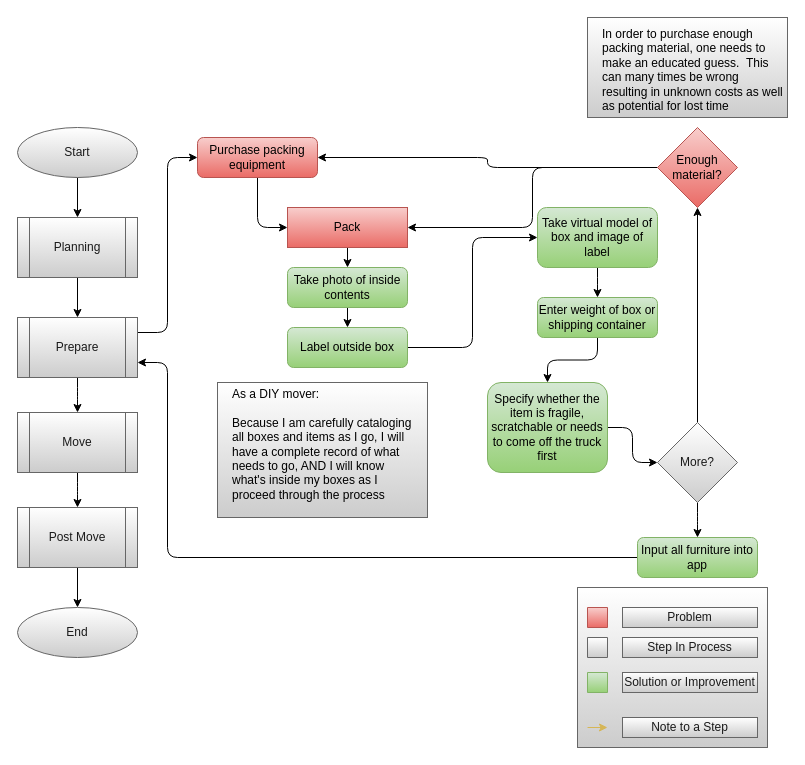
This is page "Prepare" (2 of 4) of Documents/flow_diagrams/Solution_Flow.drawio from LP-76/load.in, a draw.io file, before an edit. Source tidied: cells renumbered, new cells numbered last; positions are measured from the earlier drawing's top-left corner, leaving out a move shared by most shapes. Both pictures are drawn from the tidied source at 100%, with x=0, y=0 at pixel (17, 17).
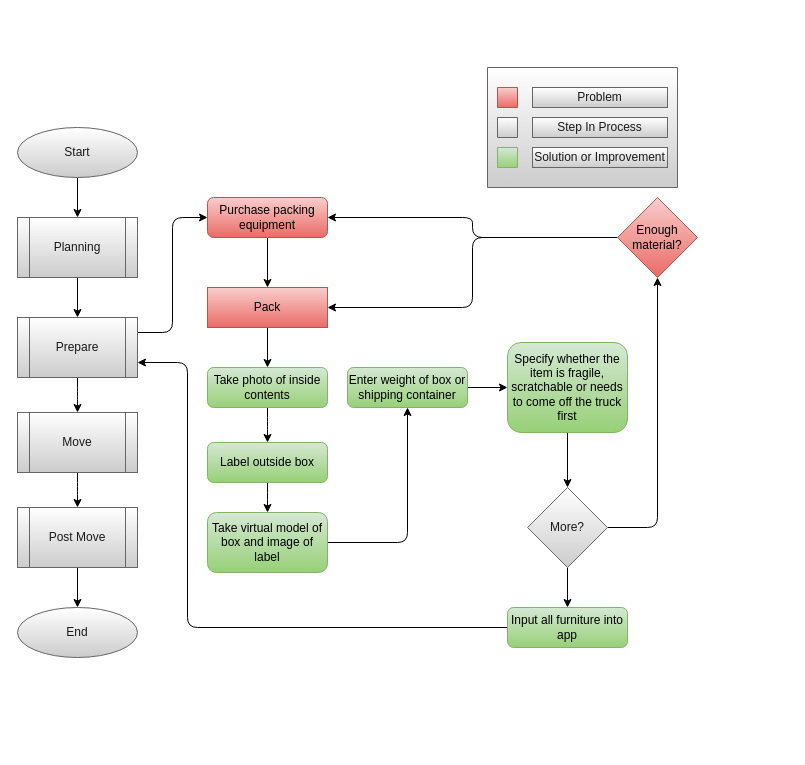
The same page after the edit.

The change refers to these unchanged cells:
```xml
<mxCell id="10" value="Prepare" style="shape=process;whiteSpace=wrap;html=1;backgroundOutline=1;fontColor=#1A1A1A;strokeColor=#666666;fillColor=#FFFFFF;gradientColor=#CCCCCC;" parent="1" vertex="1">
  <mxGeometry y="300" width="120" height="60" as="geometry" />
</mxCell>
```

The edit, as a diff of the source:
```diff
@@
-    <mxCell id="2" style="rounded=0;whiteSpace=wrap;html=1;strokeColor=#666666;fillColor=#FFFFFF;gradientColor=#CCCCCC;fontColor=#1A1A1A;" parent="1" vertex="1">
-      <mxGeometry x="200" y="365" width="210" height="135" as="geometry" />
-    </mxCell>
-    <mxCell id="3" style="rounded=0;whiteSpace=wrap;html=1;strokeColor=#666666;fillColor=#FFFFFF;gradientColor=#CCCCCC;fontColor=#1A1A1A;" parent="1" vertex="1">
-      <mxGeometry x="570" width="200" height="100" as="geometry" />
-    </mxCell>
@@
     <mxCell id="18" value="Enough material?" style="rhombus;whiteSpace=wrap;html=1;gradientColor=#ea6b66;fillColor=#f8cecc;strokeColor=#b85450;" parent="1" vertex="1">
-      <mxGeometry x="640" y="110" width="80" height="80" as="geometry" />
+      <mxGeometry x="600" y="180" width="80" height="80" as="geometry" />
     </mxCell>
-    <mxCell id="19" value="In order to purchase enough packing material, one needs to make an educated guess.&amp;nbsp; This can many times be wrong resulting in unknown costs as well as potential for lost time" style="text;html=1;strokeColor=none;fillColor=none;spacing=5;spacingTop=-20;whiteSpace=wrap;overflow=hidden;rounded=0;" parent="1" vertex="1">
-      <mxGeometry x="580" y="20" width="190" height="100" as="geometry" />
-    </mxCell>
-    <mxCell id="20" value="&lt;div&gt;As a DIY mover:&lt;/div&gt;&lt;div&gt;&lt;br&gt;&lt;/div&gt;&lt;div&gt;Because I am carefully cataloging all boxes and items as I go, I will have a complete record of what needs to go, AND I will know what's inside my boxes as I proceed through the process&lt;br&gt;&lt;/div&gt;" style="text;html=1;strokeColor=none;fillColor=none;spacing=5;spacingTop=-20;whiteSpace=wrap;overflow=hidden;rounded=0;" parent="1" vertex="1">
-      <mxGeometry x="210" y="380" width="190" height="130" as="geometry" />
-    </mxCell>
-    <mxCell id="21" style="edgeStyle=orthogonalEdgeStyle;curved=0;rounded=1;sketch=0;jettySize=auto;html=1;fontColor=#1A1A1A;entryX=0;entryY=0.5;entryDx=0;entryDy=0;" parent="1" edge="1" source="22" target="24">
+    <mxCell id="21" style="edgeStyle=orthogonalEdgeStyle;curved=0;rounded=1;sketch=0;jettySize=auto;html=1;fontColor=#1A1A1A;entryX=0.5;entryY=0;entryDx=0;entryDy=0;" parent="1" edge="1" source="22" target="24">
       <mxGeometry relative="1" as="geometry" />
     </mxCell>
     <mxCell id="22" value="Purchase packing equipment" style="rounded=1;whiteSpace=wrap;html=1;fontSize=12;glass=0;strokeWidth=1;shadow=0;gradientColor=#ea6b66;fillColor=#f8cecc;strokeColor=#b85450;" parent="1" vertex="1">
-      <mxGeometry x="180" y="120" width="120" height="40" as="geometry" />
+      <mxGeometry x="190" y="180" width="120" height="40" as="geometry" />
     </mxCell>
@@
     <mxCell id="24" value="Pack" style="whiteSpace=wrap;html=1;fontSize=12;strokeColor=#b85450;fillColor=#f8cecc;gradientColor=#ea6b66;" parent="1" vertex="1">
-      <mxGeometry x="270" y="190" width="120" height="40" as="geometry" />
+      <mxGeometry x="190" y="270" width="120" height="40" as="geometry" />
     </mxCell>
@@
     <mxCell id="26" value="Take photo of inside contents" style="rounded=1;whiteSpace=wrap;html=1;fontSize=12;glass=0;strokeWidth=1;shadow=0;gradientColor=#97d077;fillColor=#d5e8d4;strokeColor=#82b366;" parent="1" vertex="1">
-      <mxGeometry x="270" y="250" width="120" height="40" as="geometry" />
+      <mxGeometry x="190" y="350" width="120" height="40" as="geometry" />
     </mxCell>
-    <mxCell id="27" style="edgeStyle=orthogonalEdgeStyle;curved=0;rounded=1;sketch=0;jettySize=auto;html=1;entryX=0;entryY=0.5;entryDx=0;entryDy=0;fontColor=#1A1A1A;" parent="1" edge="1" source="28" target="30">
+    <mxCell id="27" style="edgeStyle=orthogonalEdgeStyle;curved=0;rounded=1;sketch=0;jettySize=auto;html=1;entryX=0.5;entryY=0;entryDx=0;entryDy=0;fontColor=#1A1A1A;" parent="1" edge="1" source="28" target="30">
       <mxGeometry relative="1" as="geometry" />
     </mxCell>
     <mxCell id="28" value="Label outside box" style="rounded=1;whiteSpace=wrap;html=1;fontSize=12;glass=0;strokeWidth=1;shadow=0;gradientColor=#97d077;fillColor=#d5e8d4;strokeColor=#82b366;" parent="1" vertex="1">
-      <mxGeometry x="270" y="310" width="120" height="40" as="geometry" />
+      <mxGeometry x="190" y="425" width="120" height="40" as="geometry" />
     </mxCell>
@@
     <mxCell id="30" value="Take virtual model of box and image of label" style="rounded=1;whiteSpace=wrap;html=1;fontSize=12;glass=0;strokeWidth=1;shadow=0;gradientColor=#97d077;fillColor=#d5e8d4;strokeColor=#82b366;" parent="1" vertex="1">
-      <mxGeometry x="520" y="190" width="120" height="60" as="geometry" />
+      <mxGeometry x="190" y="495" width="120" height="60" as="geometry" />
     </mxCell>
@@
     <mxCell id="32" value="Enter weight of box or shipping container" style="rounded=1;whiteSpace=wrap;html=1;fontSize=12;glass=0;strokeWidth=1;shadow=0;gradientColor=#97d077;fillColor=#d5e8d4;strokeColor=#82b366;" parent="1" vertex="1">
-      <mxGeometry x="520" y="280" width="120" height="40" as="geometry" />
+      <mxGeometry x="330" y="350" width="120" height="40" as="geometry" />
     </mxCell>
@@
     <mxCell id="34" value="Specify whether the item is fragile, scratchable or needs to come off the truck first" style="rounded=1;whiteSpace=wrap;html=1;fontSize=12;glass=0;strokeWidth=1;shadow=0;gradientColor=#97d077;fillColor=#d5e8d4;strokeColor=#82b366;" parent="1" vertex="1">
-      <mxGeometry x="470" y="365" width="120" height="90" as="geometry" />
+      <mxGeometry x="490" y="325" width="120" height="90" as="geometry" />
     </mxCell>
@@
     <mxCell id="37" value="More?" style="rhombus;whiteSpace=wrap;html=1;fontColor=#1A1A1A;strokeColor=#666666;fillColor=#FFFFFF;gradientColor=#CCCCCC;" parent="1" vertex="1">
-      <mxGeometry x="640" y="405" width="80" height="80" as="geometry" />
+      <mxGeometry x="510" y="470" width="80" height="80" as="geometry" />
     </mxCell>
-    <mxCell id="38" style="edgeStyle=orthogonalEdgeStyle;curved=0;rounded=1;sketch=0;jettySize=auto;html=1;entryX=1;entryY=0.75;entryDx=0;entryDy=0;fontColor=#1A1A1A;" parent="1" edge="1" source="39" target="10">
+    <mxCell id="38" style="edgeStyle=orthogonalEdgeStyle;rounded=1;jettySize=auto;html=1;entryX=1;entryY=0.75;entryDx=0;entryDy=0;" parent="1" edge="1" source="39" target="10">
       <mxGeometry relative="1" as="geometry">
         <Array as="points">
-          <mxPoint x="150" y="540" />
-          <mxPoint x="150" y="345" />
+          <mxPoint x="170" y="610" />
+          <mxPoint x="170" y="345" />
         </Array>
       </mxGeometry>
     </mxCell>
     <mxCell id="39" value="Input all furniture into app" style="rounded=1;whiteSpace=wrap;html=1;fontSize=12;glass=0;strokeWidth=1;shadow=0;gradientColor=#97d077;fillColor=#d5e8d4;strokeColor=#82b366;" parent="1" vertex="1">
-      <mxGeometry x="620" y="520" width="120" height="40" as="geometry" />
+      <mxGeometry x="490" y="590" width="120" height="40" as="geometry" />
     </mxCell>
-    <mxCell id="40" style="group;fillColor=#FFFFFF;gradientColor=#CCCCCC;strokeColor=#666666;fontColor=#1A1A1A;" parent="1" vertex="1">
-      <mxGeometry x="560" y="570" width="190" height="160" as="geometry" />
-    </mxCell>
-    <mxCell id="41" style="verticalLabelPosition=bottom;verticalAlign=top;html=1;shape=mxgraph.basic.rect;fillColor2=none;strokeWidth=1;size=20;indent=5;fillColor=#FFFFFF;gradientColor=#CCCCCC;strokeColor=#666666;fontColor=#1A1A1A;" parent="40" vertex="1">
-      <mxGeometry width="190" height="160" as="geometry" />
-    </mxCell>
+    <mxCell id="50" style="group;" parent="1" vertex="1">
+      <mxGeometry x="470" y="50" width="190" height="120" as="geometry" />
+    </mxCell>
+    <mxCell id="51" style="verticalLabelPosition=bottom;verticalAlign=top;html=1;shape=mxgraph.basic.rect;fillColor2=none;strokeWidth=1;size=20;indent=5;fillColor=#FFFFFF;gradientColor=#CCCCCC;strokeColor=#666666;fontColor=#1A1A1A;" parent="50" vertex="1">
+      <mxGeometry width="190" height="120" as="geometry" />
+    </mxCell>
-    <mxCell id="42" style="verticalLabelPosition=bottom;verticalAlign=top;html=1;shape=mxgraph.basic.rect;fillColor2=none;strokeWidth=1;size=20;indent=5;fillColor=#f8cecc;gradientColor=#ea6b66;strokeColor=#b85450;" parent="40" vertex="1">
+    <mxCell id="42" style="verticalLabelPosition=bottom;verticalAlign=top;html=1;shape=mxgraph.basic.rect;fillColor2=none;strokeWidth=1;size=20;indent=5;fillColor=#f8cecc;gradientColor=#ea6b66;strokeColor=#b85450;" parent="50" vertex="1">
       <mxGeometry x="10" y="20" width="20" height="20" as="geometry" />
     </mxCell>
-    <mxCell id="43" value="Problem" style="text;html=1;align=center;verticalAlign=middle;whiteSpace=wrap;fillColor=#FFFFFF;gradientColor=#CCCCCC;strokeColor=#666666;fontColor=#1A1A1A;" parent="40" vertex="1">
+    <mxCell id="43" value="Problem" style="text;html=1;align=center;verticalAlign=middle;whiteSpace=wrap;fillColor=#FFFFFF;gradientColor=#CCCCCC;strokeColor=#666666;fontColor=#1A1A1A;" parent="50" vertex="1">
       <mxGeometry x="45" y="20" width="135" height="20" as="geometry" />
     </mxCell>
-    <mxCell id="44" style="verticalLabelPosition=bottom;verticalAlign=top;html=1;shape=mxgraph.basic.rect;fillColor2=none;strokeWidth=1;size=20;indent=5;fillColor=#FFFFFF;gradientColor=#CCCCCC;strokeColor=#666666;fontColor=#1A1A1A;" parent="40" vertex="1">
+    <mxCell id="44" style="verticalLabelPosition=bottom;verticalAlign=top;html=1;shape=mxgraph.basic.rect;fillColor2=none;strokeWidth=1;size=20;indent=5;fillColor=#FFFFFF;gradientColor=#CCCCCC;strokeColor=#666666;fontColor=#1A1A1A;" parent="50" vertex="1">
       <mxGeometry x="10" y="50" width="20" height="20" as="geometry" />
     </mxCell>
-    <mxCell id="45" value="Step In Process" style="text;html=1;align=center;verticalAlign=middle;whiteSpace=wrap;fillColor=#FFFFFF;gradientColor=#CCCCCC;strokeColor=#666666;fontColor=#1A1A1A;" parent="40" vertex="1">
+    <mxCell id="45" value="Step In Process" style="text;html=1;align=center;verticalAlign=middle;whiteSpace=wrap;fillColor=#FFFFFF;gradientColor=#CCCCCC;strokeColor=#666666;fontColor=#1A1A1A;" parent="50" vertex="1">
       <mxGeometry x="45" y="50" width="135" height="20" as="geometry" />
     </mxCell>
-    <mxCell id="46" style="verticalLabelPosition=bottom;verticalAlign=top;html=1;shape=mxgraph.basic.rect;fillColor2=none;strokeWidth=1;size=20;indent=5;fillColor=#d5e8d4;gradientColor=#97d077;strokeColor=#82b366;" parent="40" vertex="1">
-      <mxGeometry x="10" y="85" width="20" height="20" as="geometry" />
-    </mxCell>
+    <mxCell id="52" style="verticalLabelPosition=bottom;verticalAlign=top;html=1;shape=mxgraph.basic.rect;fillColor2=none;strokeWidth=1;size=20;indent=5;fillColor=#d5e8d4;gradientColor=#97d077;strokeColor=#82b366;" parent="50" vertex="1">
+      <mxGeometry x="10" y="80" width="20" height="20" as="geometry" />
+    </mxCell>
-    <mxCell id="47" value="Solution or Improvement" style="text;html=1;align=center;verticalAlign=middle;whiteSpace=wrap;fillColor=#FFFFFF;gradientColor=#CCCCCC;strokeColor=#666666;fontColor=#1A1A1A;" parent="40" vertex="1">
-      <mxGeometry x="45" y="85" width="135" height="20" as="geometry" />
+    <mxCell id="47" value="Solution or Improvement" style="text;html=1;align=center;verticalAlign=middle;whiteSpace=wrap;fillColor=#FFFFFF;gradientColor=#CCCCCC;strokeColor=#666666;fontColor=#1A1A1A;" parent="50" vertex="1">
+      <mxGeometry x="45" y="80" width="135" height="20" as="geometry" />
     </mxCell>
-    <mxCell id="48" style="endArrow=classic;html=1;gradientColor=#ffd966;fillColor=#fff2cc;strokeColor=#d6b656;" parent="40" edge="1">
-      <mxGeometry relative="1" as="geometry">
-        <mxPoint x="10" y="140" as="sourcePoint" />
-        <mxPoint x="30" y="140" as="targetPoint" />
-      </mxGeometry>
-    </mxCell>
-    <mxCell id="49" value="Note to a Step" style="text;html=1;align=center;verticalAlign=middle;whiteSpace=wrap;fillColor=#FFFFFF;gradientColor=#CCCCCC;strokeColor=#666666;fontColor=#1A1A1A;" parent="40" vertex="1">
-      <mxGeometry x="45" y="130" width="135" height="20" as="geometry" />
-    </mxCell>
```
